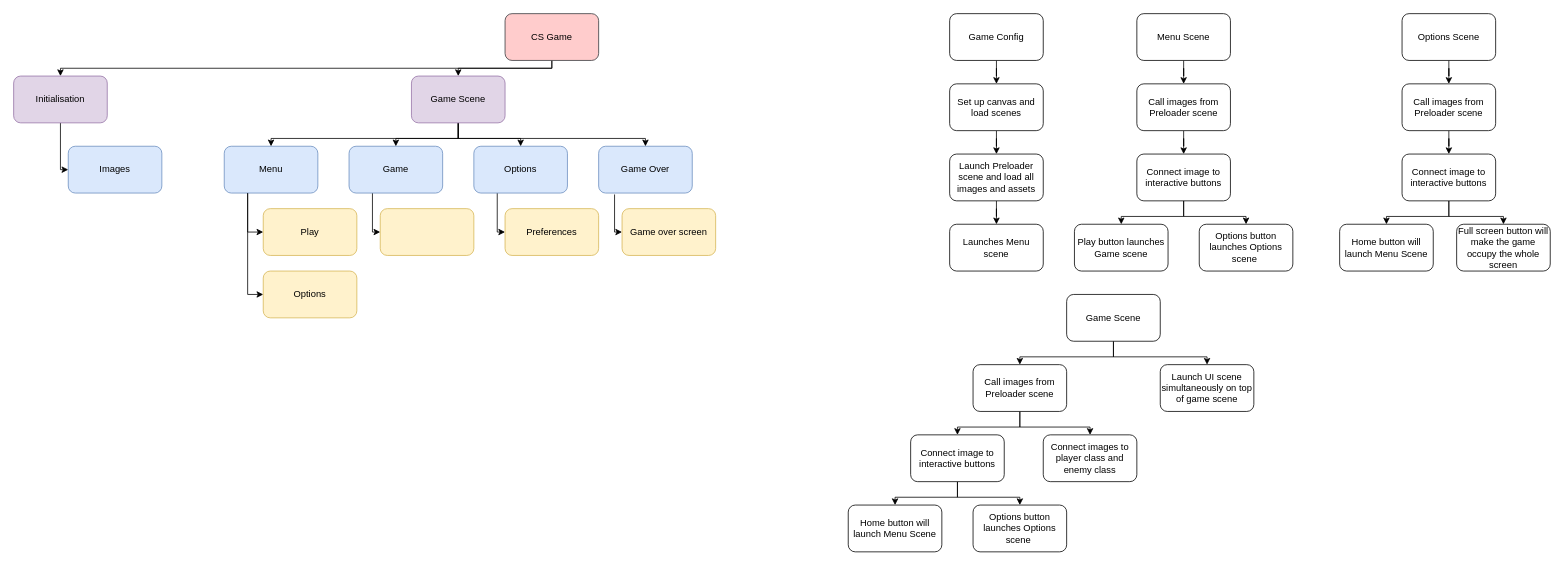
Above: Top Down CS.drawio in 13ilaurente/csgame (draw.io), before the change. Source tidied: cells renumbered, new cells numbered last; positions are measured from the earlier drawing's top-left corner, leaving out a move shared by most shapes. Both pictures are drawn from the tidied source at 78%, with x=0, y=0 at pixel (13, 13).
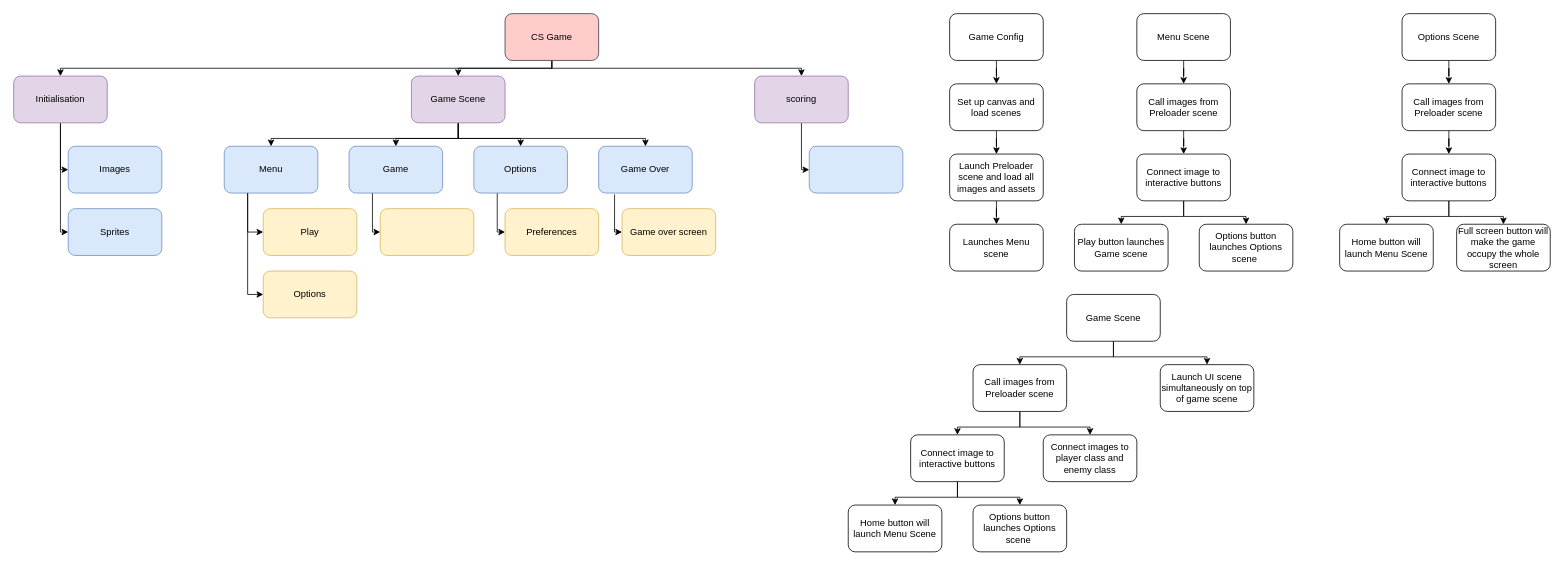
The same page after the edit.

Unchanged cells that the change refers to:
```xml
<mxCell id="42" value="CS Game" style="rounded=1;whiteSpace=wrap;html=1;fillColor=#ffcccc;strokeColor=#36393d;" parent="1" vertex="1">
  <mxGeometry x="630" width="120" height="60" as="geometry" />
</mxCell>
<mxCell id="62" value="Initialisation" style="rounded=1;whiteSpace=wrap;html=1;fillColor=#e1d5e7;strokeColor=#9673a6;" parent="1" vertex="1">
  <mxGeometry y="80" width="120" height="60" as="geometry" />
</mxCell>
```

Diff of the diagram source:
```diff
@@
+    <mxCell id="65" style="edgeStyle=orthogonalEdgeStyle;rounded=0;jettySize=auto;html=1;exitX=0.5;exitY=1;exitDx=0;exitDy=0;" parent="1" edge="1" source="42" target="67">
+      <mxGeometry relative="1" as="geometry">
+        <Array as="points">
+          <mxPoint x="690" y="70" />
+          <mxPoint x="1010" y="70" />
+        </Array>
+      </mxGeometry>
+    </mxCell>
@@
+    <mxCell id="66" style="edgeStyle=orthogonalEdgeStyle;rounded=0;jettySize=auto;html=1;entryX=0;entryY=0.5;entryDx=0;entryDy=0;" parent="1" edge="1" source="67" target="68">
+      <mxGeometry relative="1" as="geometry">
+        <Array as="points">
+          <mxPoint x="1010" y="200" />
+        </Array>
+      </mxGeometry>
+    </mxCell>
+    <mxCell id="67" value="scoring" style="rounded=1;whiteSpace=wrap;html=1;fillColor=#e1d5e7;strokeColor=#9673a6;" parent="1" vertex="1">
+      <mxGeometry x="950" y="80" width="120" height="60" as="geometry" />
+    </mxCell>
+    <mxCell id="68" style="rounded=1;whiteSpace=wrap;html=1;fillColor=#dae8fc;strokeColor=#6c8ebf;" parent="1" vertex="1">
+      <mxGeometry x="1020" y="170" width="120" height="60" as="geometry" />
+    </mxCell>
@@
+    <mxCell id="69" style="edgeStyle=orthogonalEdgeStyle;rounded=0;jettySize=auto;html=1;exitX=0.5;exitY=1;exitDx=0;exitDy=0;" parent="1" edge="1" source="62" target="70">
+      <mxGeometry relative="1" as="geometry">
+        <Array as="points">
+          <mxPoint x="60" y="270" />
+          <mxPoint x="60" y="270" />
+        </Array>
+      </mxGeometry>
+    </mxCell>
@@
+    <mxCell id="70" value="Sprites" style="rounded=1;whiteSpace=wrap;html=1;fillColor=#dae8fc;strokeColor=#6c8ebf;" parent="1" vertex="1">
+      <mxGeometry x="70" y="250" width="120" height="60" as="geometry" />
+    </mxCell>
```
